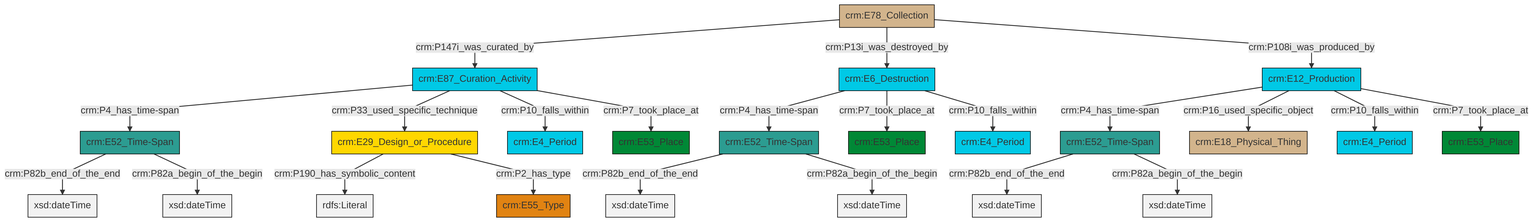
The Mermaid diagram et/archivalCSV/ttl/mmd/png/archival_existence.png in swiss-art-research-net/docs.swissartresearch, before a commit. Its source is kept beside it as et/archivalCSV/ttl/mmd/archival_existence.ttl.mmd.
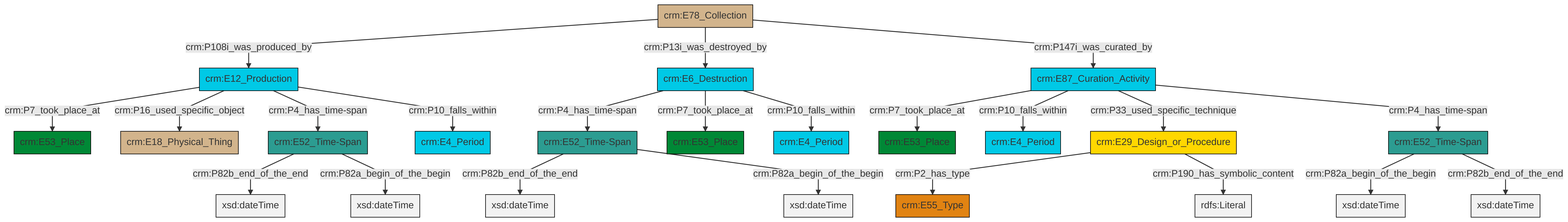
After the commit.

What changed in the source:
```diff
@@ -13,25 +13,25 @@
 classDef PC_Classes fill:#4ce600, stroke:#000000;
 classDef Multi fill:#cccccc,stroke:#000000;
 
-0["crm:E6_Destruction"]:::Temporal_Entity -->|crm:P4_has_time-span| 1["crm:E52_Time-Span"]:::Time-Span
-0["crm:E6_Destruction"]:::Temporal_Entity -->|crm:P7_took_place_at| 2["crm:E53_Place"]:::Place
-0["crm:E6_Destruction"]:::Temporal_Entity -->|crm:P10_falls_within| 3["crm:E4_Period"]:::Temporal_Entity
-4["crm:E29_Design_or_Procedure"]:::Conceptual_Object -->|crm:P190_has_symbolic_content| 5[rdfs:Literal]:::Literal
-7["crm:E52_Time-Span"]:::Time-Span -->|crm:P82b_end_of_the_end| 8[xsd:dateTime]:::Literal
-9["crm:E78_Collection"]:::Physical_Thing -->|crm:P147i_was_curated_by| 10["crm:E87_Curation_Activity"]:::Temporal_Entity
-13["crm:E12_Production"]:::Temporal_Entity -->|crm:P4_has_time-span| 7["crm:E52_Time-Span"]:::Time-Span
-13["crm:E12_Production"]:::Temporal_Entity -->|crm:P16_used_specific_object| 21["crm:E18_Physical_Thing"]:::Physical_Thing
-10["crm:E87_Curation_Activity"]:::Temporal_Entity -->|crm:P4_has_time-span| 22["crm:E52_Time-Span"]:::Time-Span
-4["crm:E29_Design_or_Procedure"]:::Conceptual_Object -->|crm:P2_has_type| 11["crm:E55_Type"]:::Type
-10["crm:E87_Curation_Activity"]:::Temporal_Entity -->|crm:P33_used_specific_technique| 4["crm:E29_Design_or_Procedure"]:::Conceptual_Object
-13["crm:E12_Production"]:::Temporal_Entity -->|crm:P10_falls_within| 17["crm:E4_Period"]:::Temporal_Entity
-9["crm:E78_Collection"]:::Physical_Thing -->|crm:P13i_was_destroyed_by| 0["crm:E6_Destruction"]:::Temporal_Entity
-7["crm:E52_Time-Span"]:::Time-Span -->|crm:P82a_begin_of_the_begin| 29[xsd:dateTime]:::Literal
-9["crm:E78_Collection"]:::Physical_Thing -->|crm:P108i_was_produced_by| 13["crm:E12_Production"]:::Temporal_Entity
-1["crm:E52_Time-Span"]:::Time-Span -->|crm:P82b_end_of_the_end| 30[xsd:dateTime]:::Literal
-22["crm:E52_Time-Span"]:::Time-Span -->|crm:P82b_end_of_the_end| 31[xsd:dateTime]:::Literal
-22["crm:E52_Time-Span"]:::Time-Span -->|crm:P82a_begin_of_the_begin| 33[xsd:dateTime]:::Literal
-13["crm:E12_Production"]:::Temporal_Entity -->|crm:P7_took_place_at| 26["crm:E53_Place"]:::Place
-1["crm:E52_Time-Span"]:::Time-Span -->|crm:P82a_begin_of_the_begin| 34[xsd:dateTime]:::Literal
-10["crm:E87_Curation_Activity"]:::Temporal_Entity -->|crm:P10_falls_within| 24["crm:E4_Period"]:::Temporal_Entity
-10["crm:E87_Curation_Activity"]:::Temporal_Entity -->|crm:P7_took_place_at| 19["crm:E53_Place"]:::Place
+2["crm:E29_Design_or_Procedure"]:::Conceptual_Object -->|crm:P2_has_type| 3["crm:E55_Type"]:::Type
+4["crm:E6_Destruction"]:::Temporal_Entity -->|crm:P4_has_time-span| 5["crm:E52_Time-Span"]:::Time-Span
+13["crm:E78_Collection"]:::Physical_Thing -->|crm:P108i_was_produced_by| 14["crm:E12_Production"]:::Temporal_Entity
+14["crm:E12_Production"]:::Temporal_Entity -->|crm:P7_took_place_at| 15["crm:E53_Place"]:::Place
+5["crm:E52_Time-Span"]:::Time-Span -->|crm:P82b_end_of_the_end| 16[xsd:dateTime]:::Literal
+13["crm:E78_Collection"]:::Physical_Thing -->|crm:P13i_was_destroyed_by| 4["crm:E6_Destruction"]:::Temporal_Entity
+13["crm:E78_Collection"]:::Physical_Thing -->|crm:P147i_was_curated_by| 19["crm:E87_Curation_Activity"]:::Temporal_Entity
+19["crm:E87_Curation_Activity"]:::Temporal_Entity -->|crm:P7_took_place_at| 21["crm:E53_Place"]:::Place
+4["crm:E6_Destruction"]:::Temporal_Entity -->|crm:P7_took_place_at| 23["crm:E53_Place"]:::Place
+19["crm:E87_Curation_Activity"]:::Temporal_Entity -->|crm:P10_falls_within| 9["crm:E4_Period"]:::Temporal_Entity
+17["crm:E52_Time-Span"]:::Time-Span -->|crm:P82b_end_of_the_end| 26[xsd:dateTime]:::Literal
+2["crm:E29_Design_or_Procedure"]:::Conceptual_Object -->|crm:P190_has_symbolic_content| 27[rdfs:Literal]:::Literal
+11["crm:E52_Time-Span"]:::Time-Span -->|crm:P82a_begin_of_the_begin| 29[xsd:dateTime]:::Literal
+17["crm:E52_Time-Span"]:::Time-Span -->|crm:P82a_begin_of_the_begin| 30[xsd:dateTime]:::Literal
+14["crm:E12_Production"]:::Temporal_Entity -->|crm:P16_used_specific_object| 7["crm:E18_Physical_Thing"]:::Physical_Thing
+19["crm:E87_Curation_Activity"]:::Temporal_Entity -->|crm:P33_used_specific_technique| 2["crm:E29_Design_or_Procedure"]:::Conceptual_Object
+4["crm:E6_Destruction"]:::Temporal_Entity -->|crm:P10_falls_within| 24["crm:E4_Period"]:::Temporal_Entity
+14["crm:E12_Production"]:::Temporal_Entity -->|crm:P4_has_time-span| 17["crm:E52_Time-Span"]:::Time-Span
+14["crm:E12_Production"]:::Temporal_Entity -->|crm:P10_falls_within| 0["crm:E4_Period"]:::Temporal_Entity
+19["crm:E87_Curation_Activity"]:::Temporal_Entity -->|crm:P4_has_time-span| 11["crm:E52_Time-Span"]:::Time-Span
+11["crm:E52_Time-Span"]:::Time-Span -->|crm:P82b_end_of_the_end| 37[xsd:dateTime]:::Literal
+5["crm:E52_Time-Span"]:::Time-Span -->|crm:P82a_begin_of_the_begin| 38[xsd:dateTime]:::Literal
```
